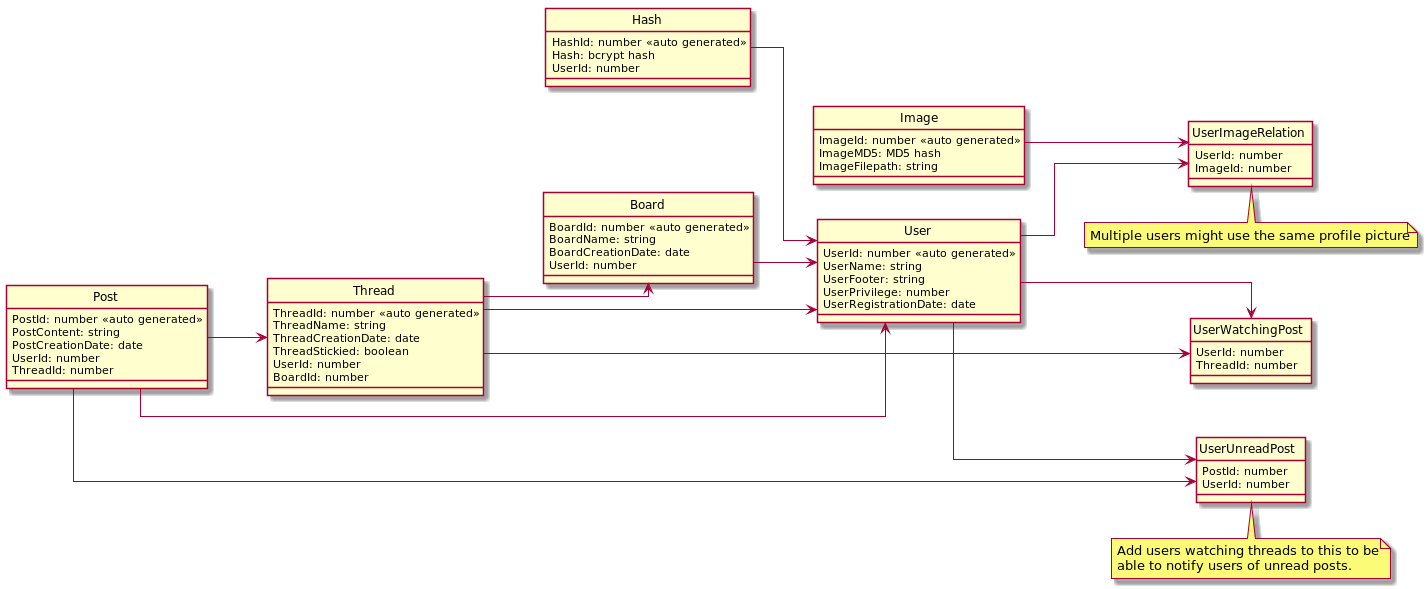
Above: docs/misc/img/db.png in depsterr/slutprojektWSP21 (PlantUML), before the change.
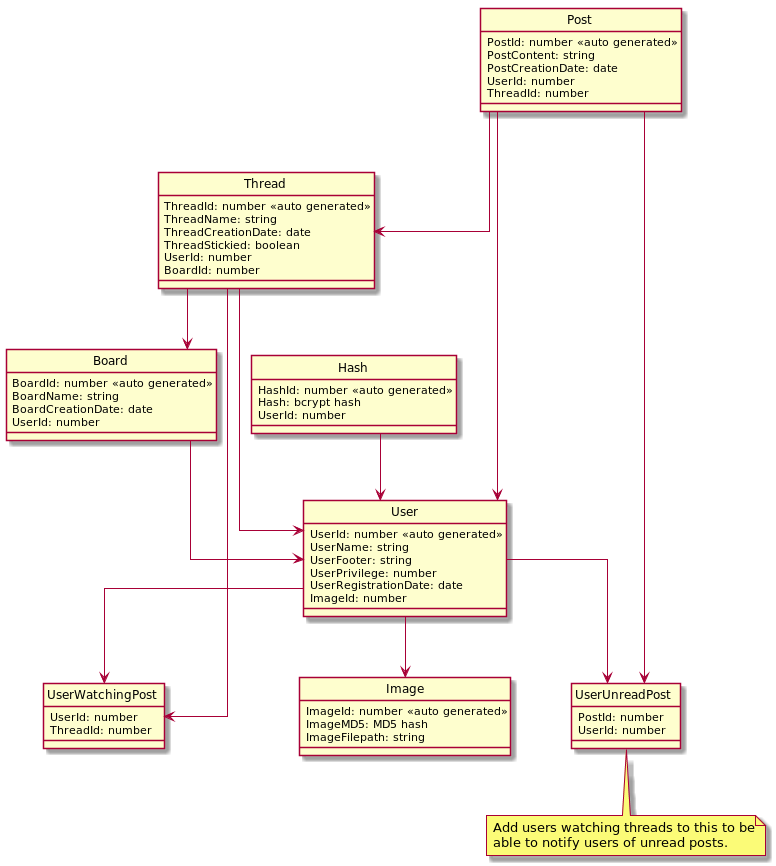
Above is the later version.

The edit, as a diff of the source:
```diff
@@ -2,7 +2,12 @@
 
 hide circle
 skinparam linetype ortho
-left to right direction
+
+entity "Image" as image {
+	ImageId: number <<auto generated>>
+	ImageMD5: MD5 hash
+	ImageFilepath: string
+}
 
 entity "User" as user {
 	UserId: number <<auto generated>>
@@ -10,7 +15,10 @@
 	UserFooter: string
 	UserPrivilege: number
 	UserRegistrationDate: date
+	ImageId: number
 }
+
+user --> image
 
 entity "Hash" as hash {
 	HashId: number <<auto generated>>
@@ -19,22 +27,6 @@
 }
 
 hash --> user
-
-entity "Image" as image {
-	ImageId: number <<auto generated>>
-	ImageMD5: MD5 hash
-	ImageFilepath: string
-}
-
-entity "UserImageRelation" as userimage {
-	UserId: number
-	ImageId: number
-}
-
-note bottom : Multiple users might use the same profile picture
-
-user --> userimage
-image --> userimage
 
 entity "Board" as board {
 	BoardId: number <<auto generated>>
```
